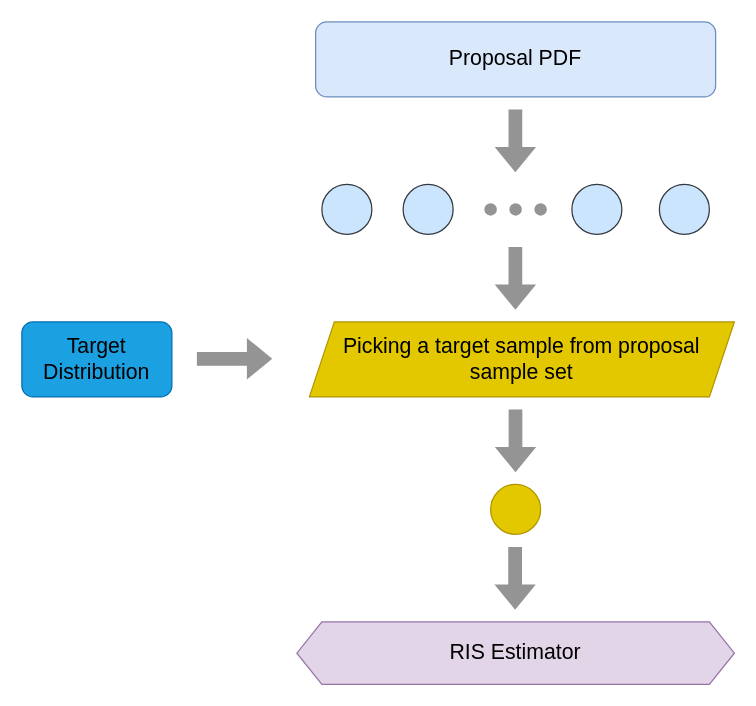
This is img/posts/understanding_the_math_behind_restir_di/RIS.drawio from JiayinCao/AGraphicsGuyNotes, a draw.io file, before an edit. Source tidied: cells renumbered, new cells numbered last; positions are measured from the earlier drawing's top-left corner, leaving out a move shared by most shapes. Both pictures are drawn from the tidied source at 125%, with x=0, y=0 at pixel (21, 21).
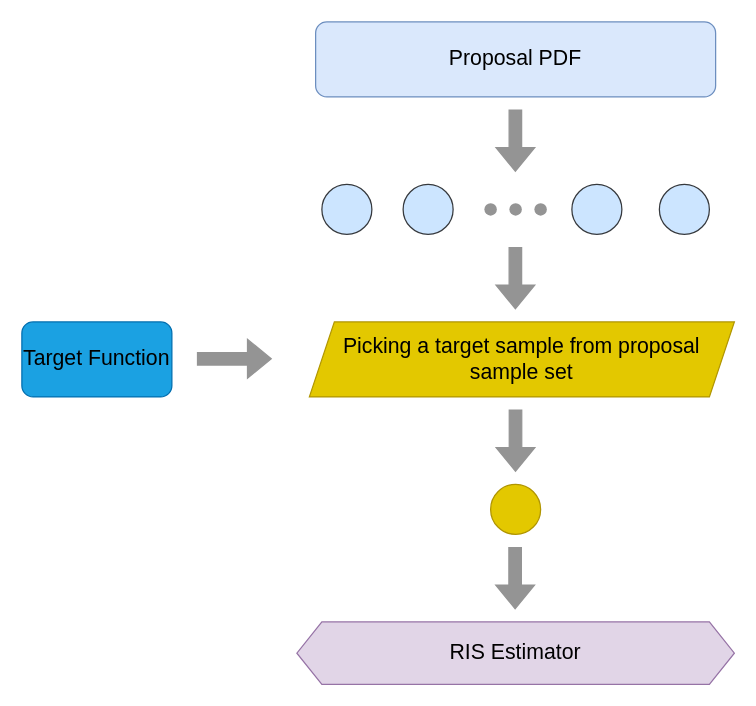
The same diagram, later.

What changed in the source:
```diff
@@
-    <mxCell id="8" value="&lt;font style=&quot;font-size: 17px;&quot; color=&quot;#000000&quot;&gt;Target Distribution&lt;/font&gt;" style="rounded=1;whiteSpace=wrap;html=1;fillColor=#1ba1e2;strokeColor=#006EAF;fontColor=#ffffff;" parent="1" vertex="1">
+    <mxCell id="8" value="&lt;font style=&quot;font-size: 17px;&quot; color=&quot;#000000&quot;&gt;Target Function&lt;/font&gt;" style="rounded=1;whiteSpace=wrap;html=1;fillColor=#1ba1e2;strokeColor=#006EAF;fontColor=#ffffff;" parent="1" vertex="1">
       <mxGeometry y="240" width="120" height="60" as="geometry" />
     </mxCell>
```
